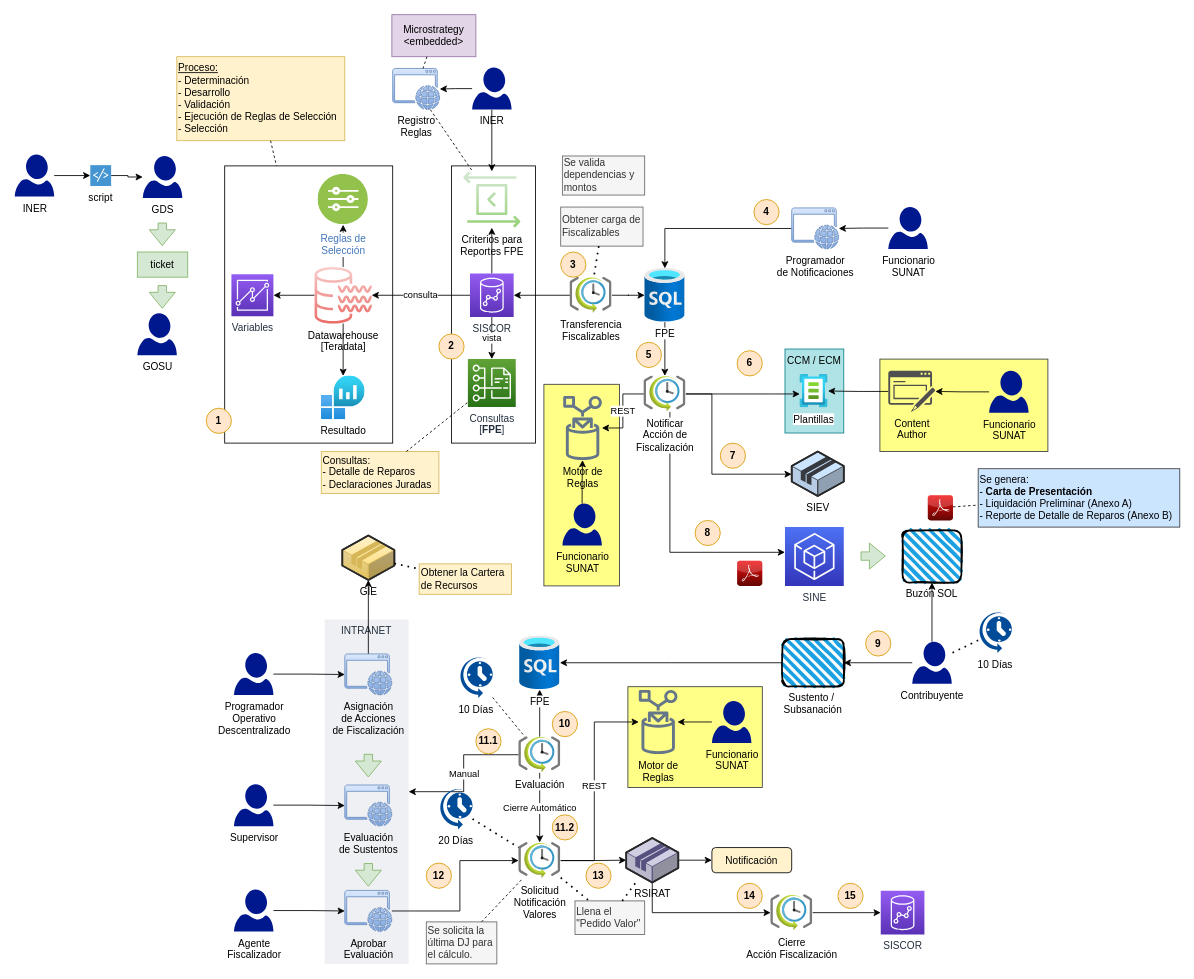
This is page "ArqSolucion-v2.0" (6 of 7) of FiscalizacionParcialElectronica-v1.1.drawio from skynet25/daia, a draw.io file, before an edit. Source tidied: cells renumbered, new cells numbered last; positions are measured from the earlier drawing's top-left corner, leaving out a move shared by most shapes. Both pictures are drawn from the tidied source at 84%, with x=0, y=0 at pixel (14, 14).
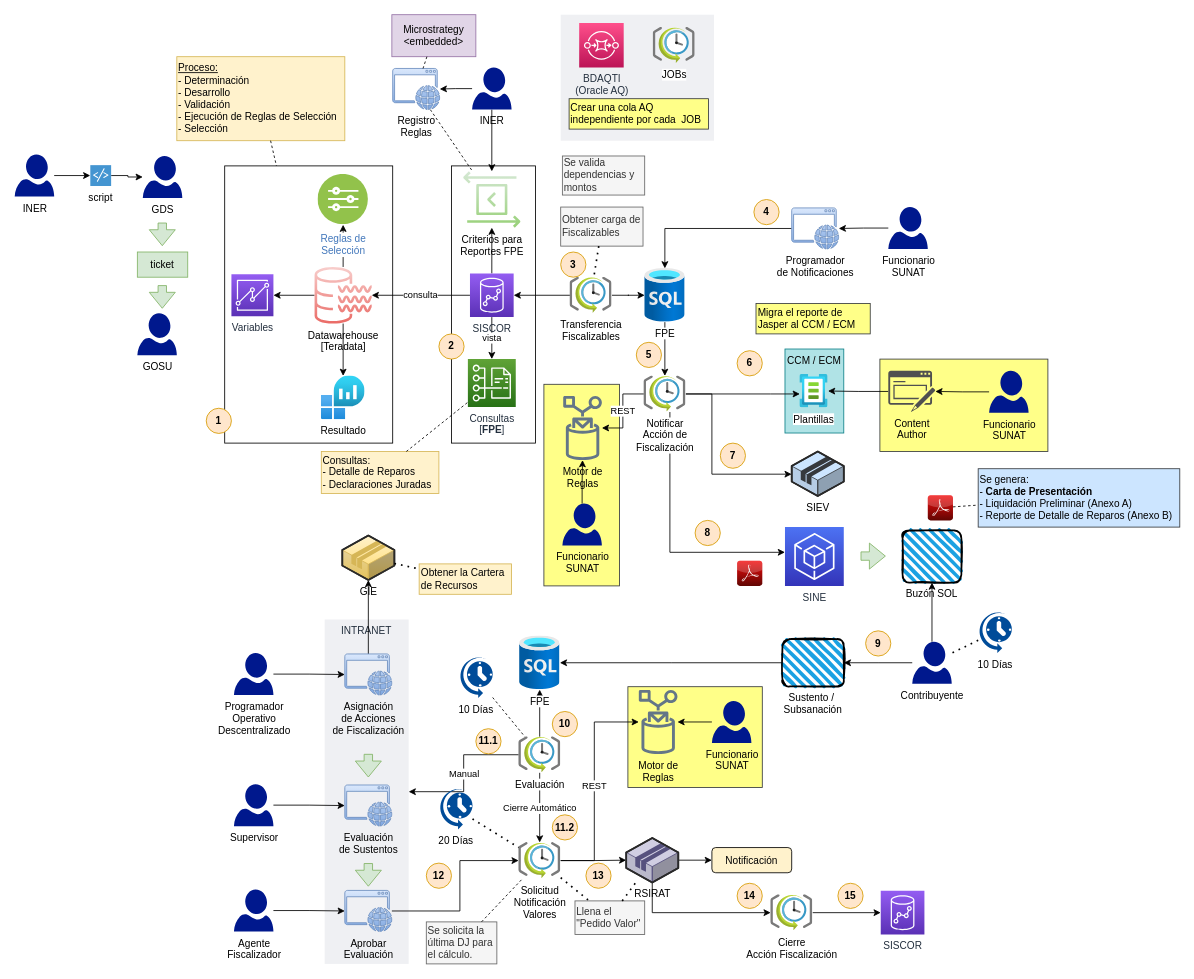
Above is the later version.

Change to the diagram source:
```diff
@@
+    <mxCell id="142" style="fillColor=#EFF0F3;strokeColor=none;dashed=0;verticalAlign=top;fontStyle=0;fontColor=#232F3D;" parent="1" vertex="1">
+      <mxGeometry x="650" width="182.5" height="150" as="geometry" />
+    </mxCell>
+    <mxCell id="143" value="BDAQTI&lt;br&gt;(Oracle AQ)" style="sketch=0;fontColor=#232F3E;gradientColor=#FF4F8B;gradientDirection=north;fillColor=#BC1356;strokeColor=#ffffff;dashed=0;verticalLabelPosition=bottom;verticalAlign=top;align=center;html=1;fontSize=12;fontStyle=0;shape=mxgraph.aws4.resourceIcon;resIcon=mxgraph.aws4.sqs;" parent="1" vertex="1">
+      <mxGeometry x="672" y="10" width="53" height="53" as="geometry" />
+    </mxCell>
+    <mxCell id="144" value="JOBs" style="sketch=0;html=1;align=center;image;fontSize=12;image=img/lib/mscae/SchedulerJobCollection.svg;fontColor=#000000;fillColor=#0000CC;" parent="1" vertex="1">
+      <mxGeometry x="760" y="15" width="50" height="43" as="geometry" />
+    </mxCell>
+    <mxCell id="145" value="Crear una cola AQ independiente por cada&amp;nbsp; JOB" style="text;html=1;strokeColor=#36393d;fillColor=#ffff88;align=left;verticalAlign=middle;whiteSpace=wrap;rounded=0;" parent="1" vertex="1">
+      <mxGeometry x="660" y="100" width="166" height="36.2" as="geometry" />
+    </mxCell>
+    <mxCell id="146" value="Migra el reporte de Jasper al CCM / ECM" style="text;html=1;strokeColor=#36393d;fillColor=#ffff88;align=left;verticalAlign=middle;whiteSpace=wrap;rounded=0;" parent="1" vertex="1">
+      <mxGeometry x="882.5" y="343.8" width="136" height="36.2" as="geometry" />
+    </mxCell>
```
